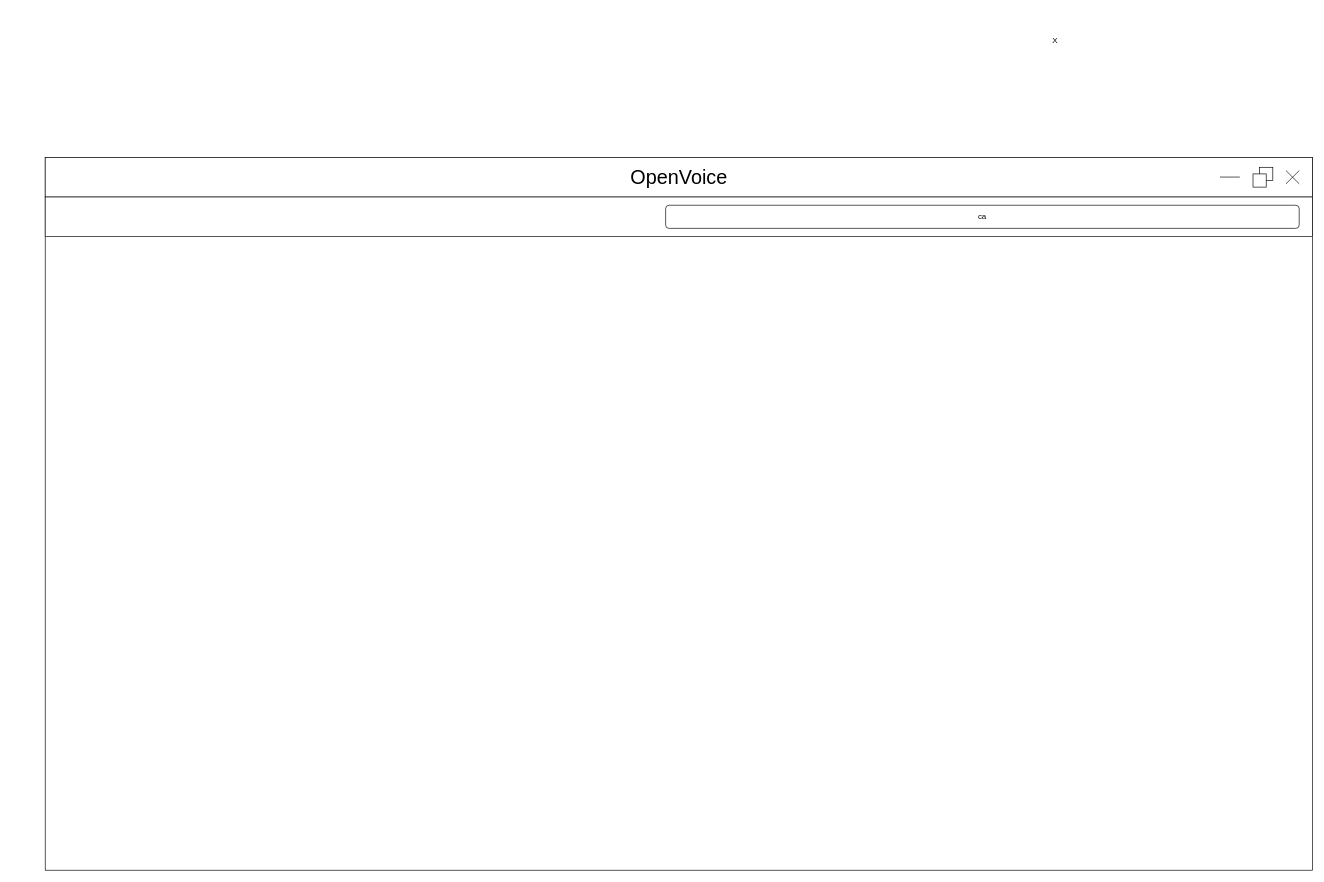
This is misc/wireframes/Onboarding.drawio from VerbalThree/OpenVoice, a draw.io file, before an edit. Source tidied: cells renumbered, new cells numbered last; positions are measured from the earlier drawing's top-left corner, leaving out a move shared by most shapes. Both pictures are drawn from the tidied source at 66%, with x=0, y=0 at pixel (45, 30).
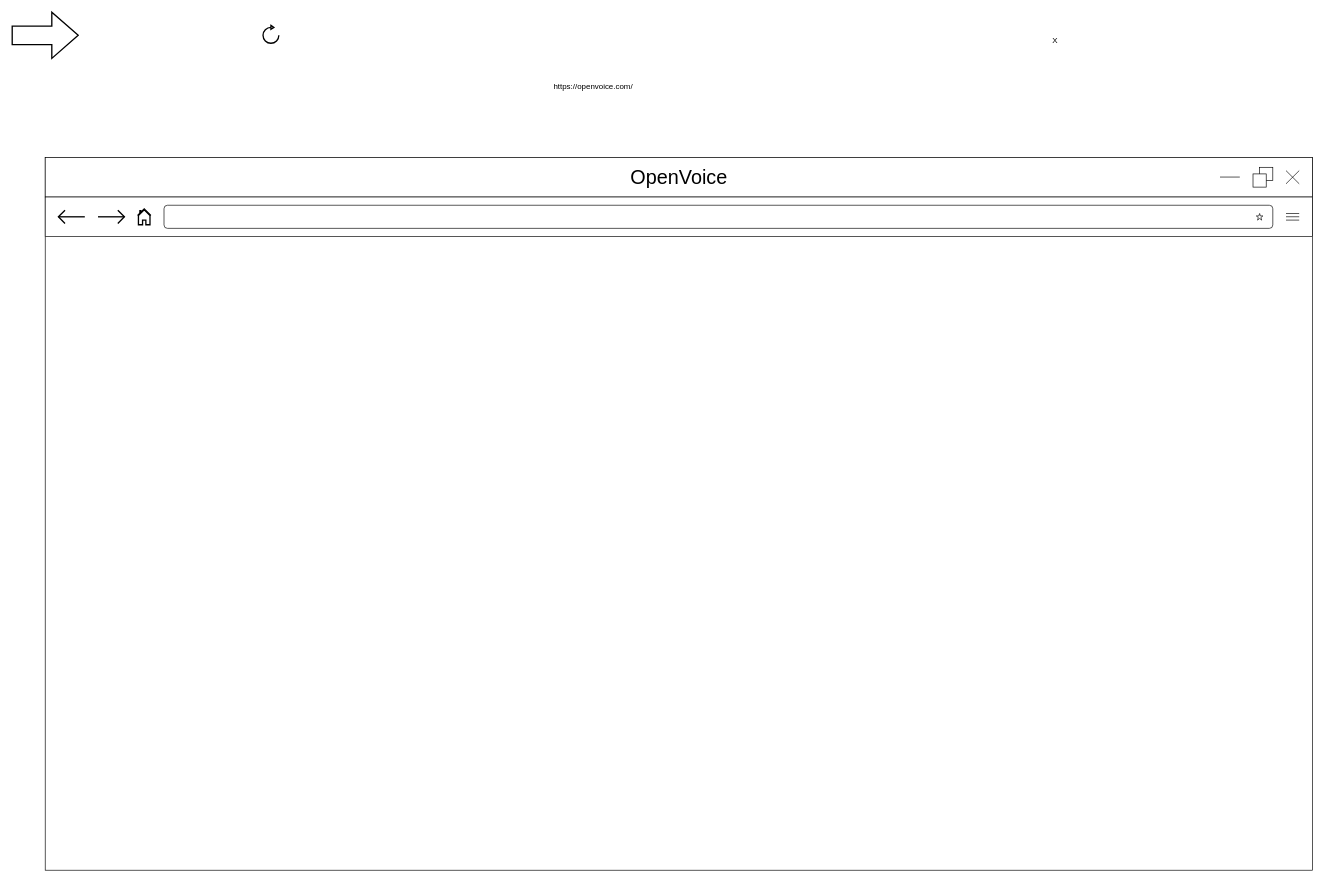
Above is the later version.

What changed in the source:
```diff
@@
-    <mxCell id="6" value="ca" style="rounded=1;whiteSpace=wrap;html=1;" parent="1" vertex="1">
-      <mxGeometry x="940" y="264.5" width="960" height="35" as="geometry" />
+    <mxCell id="6" style="rounded=1;whiteSpace=wrap;html=1;" parent="1" vertex="1">
+      <mxGeometry x="180" y="264.5" width="1680" height="35" as="geometry" />
     </mxCell>
@@
+    <mxCell id="14" style="html=1;shadow=0;dashed=0;align=center;verticalAlign=middle;shape=mxgraph.arrows2.arrow;dy=0.6;dx=40;notch=0;strokeWidth=2;" parent="1" vertex="1">
+      <mxGeometry x="-50" y="-28" width="100" height="70" as="geometry" />
+    </mxCell>
+    <mxCell id="15" style="html=1;verticalLabelPosition=bottom;align=center;labelBackgroundColor=#ffffff;verticalAlign=top;strokeWidth=2;strokeColor=#000000;shadow=0;dashed=0;shape=mxgraph.ios7.icons.reload;" parent="1" vertex="1">
+      <mxGeometry x="330" y="-8" width="24" height="27" as="geometry" />
+    </mxCell>
+    <mxCell id="16" style="html=1;verticalLabelPosition=bottom;align=center;labelBackgroundColor=#ffffff;verticalAlign=top;strokeWidth=2;strokeColor=#000000;shadow=0;dashed=0;shape=mxgraph.ios7.icons.home;" parent="1" vertex="1">
+      <mxGeometry x="140" y="270" width="20" height="24" as="geometry" />
+    </mxCell>
+    <mxCell id="17" style="group;" parent="1" vertex="1">
+      <mxGeometry x="1880" y="277" width="20" height="10" as="geometry" />
+    </mxCell>
+    <mxCell id="18" style="endArrow=none;html=1;rounded=0;strokeWidth=1;" parent="17" edge="1">
+      <mxGeometry relative="1" as="geometry">
+        <mxPoint as="sourcePoint" />
+        <mxPoint x="20" as="targetPoint" />
+      </mxGeometry>
+    </mxCell>
+    <mxCell id="19" style="endArrow=none;html=1;rounded=0;strokeWidth=1;" parent="17" edge="1">
+      <mxGeometry relative="1" as="geometry">
+        <mxPoint y="4.9" as="sourcePoint" />
+        <mxPoint x="20" y="4.9" as="targetPoint" />
+      </mxGeometry>
+    </mxCell>
+    <mxCell id="20" style="endArrow=none;html=1;rounded=0;strokeWidth=1;" parent="17" edge="1">
+      <mxGeometry relative="1" as="geometry">
+        <mxPoint y="10" as="sourcePoint" />
+        <mxPoint x="20" y="10" as="targetPoint" />
+      </mxGeometry>
+    </mxCell>
+    <mxCell id="21" style="verticalLabelPosition=bottom;verticalAlign=top;html=1;shape=mxgraph.basic.star;strokeWidth=1;" parent="1" vertex="1">
+      <mxGeometry x="1835" y="277" width="10" height="10" as="geometry" />
+    </mxCell>
+    <mxCell id="22" style="group;" parent="1" vertex="1">
+      <mxGeometry x="20" y="272" width="40" height="20" as="geometry" />
+    </mxCell>
+    <mxCell id="23" style="endArrow=none;html=1;rounded=0;strokeWidth=2;" parent="22" edge="1">
+      <mxGeometry relative="1" as="geometry">
+        <mxPoint y="10" as="sourcePoint" />
+        <mxPoint x="40" y="10" as="targetPoint" />
+      </mxGeometry>
+    </mxCell>
+    <mxCell id="24" style="endArrow=none;html=1;rounded=0;strokeWidth=2;" parent="22" edge="1">
+      <mxGeometry relative="1" as="geometry">
+        <mxPoint x="10" y="20" as="sourcePoint" />
+        <mxPoint x="10" as="targetPoint" />
+        <Array as="points">
+          <mxPoint y="10" />
+        </Array>
+      </mxGeometry>
+    </mxCell>
+    <mxCell id="25" style="group;flipH=1;" parent="1" vertex="1">
+      <mxGeometry x="80" y="272" width="40" height="20" as="geometry" />
+    </mxCell>
+    <mxCell id="26" style="endArrow=none;html=1;rounded=0;strokeWidth=2;" parent="25" edge="1">
+      <mxGeometry relative="1" as="geometry">
+        <mxPoint x="40" y="10" as="sourcePoint" />
+        <mxPoint y="10" as="targetPoint" />
+      </mxGeometry>
+    </mxCell>
+    <mxCell id="27" style="endArrow=none;html=1;rounded=0;strokeWidth=2;" parent="25" edge="1">
+      <mxGeometry relative="1" as="geometry">
+        <mxPoint x="30" y="20" as="sourcePoint" />
+        <mxPoint x="30" as="targetPoint" />
+        <Array as="points">
+          <mxPoint x="40" y="10" />
+        </Array>
+      </mxGeometry>
+    </mxCell>
+    <mxCell id="28" value="https://openvoice.com/" style="text;html=1;align=center;verticalAlign=middle;strokeColor=none;fillColor=none;" parent="1" vertex="1">
+      <mxGeometry x="760" y="70" width="140" height="30" as="geometry" />
+    </mxCell>
```
